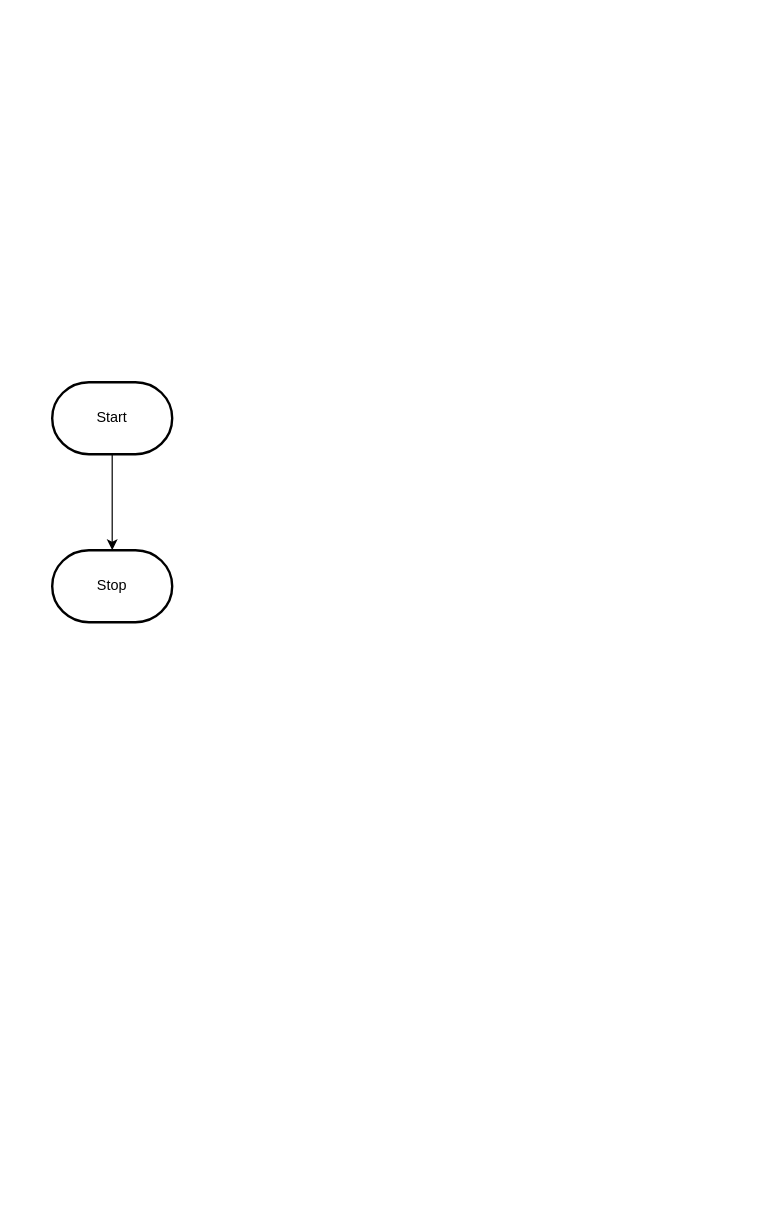
Above: design/flowchart.drawio in MTHS-ICS2O-2-2022/ICS2O-Unit-5-04-charlotte-jhu (draw.io), before the change. Source tidied: cells renumbered, new cells numbered last; positions are measured from the earlier drawing's top-left corner, leaving out a move shared by most shapes. Both pictures are drawn from the tidied source at 120%, with x=0, y=0 at pixel (52, 382).
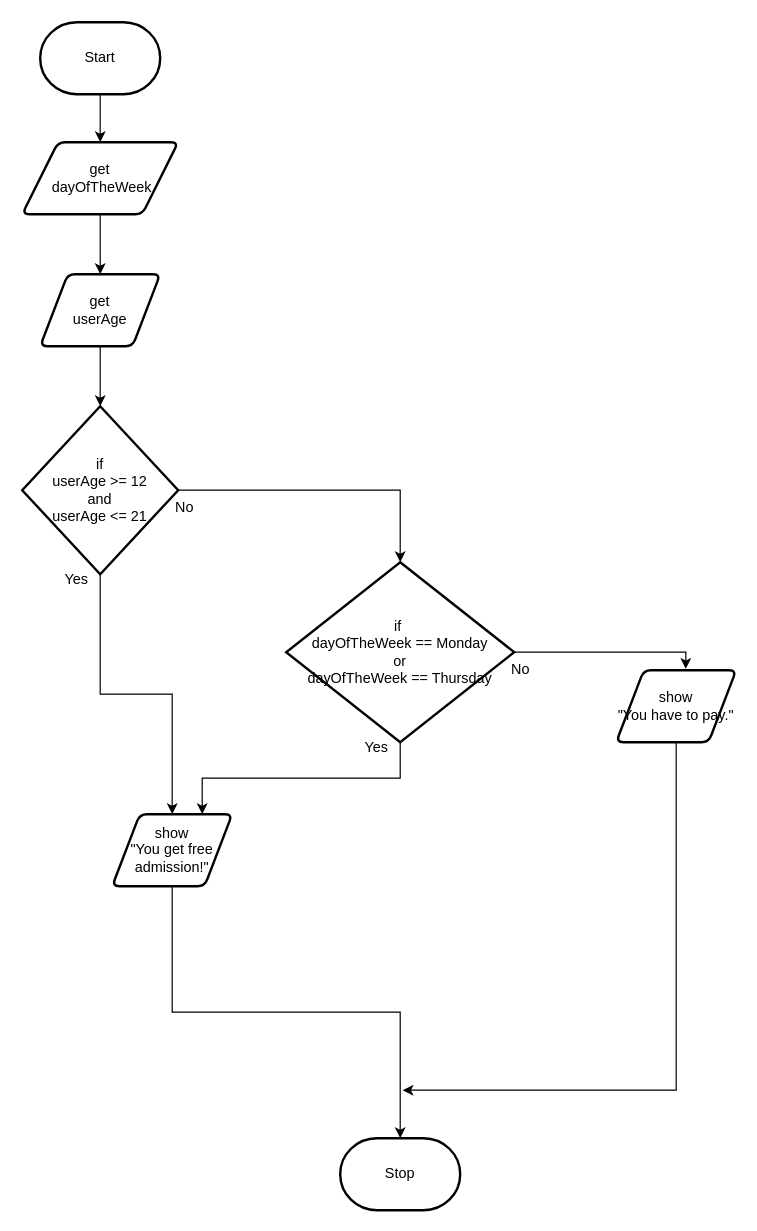
The same page after the edit.

What changed in the source:
```diff
@@
-    <mxCell id="2" style="edgeStyle=orthogonalEdgeStyle;html=1;rounded=0;" parent="1" edge="1" source="3" target="4">
-      <mxGeometry relative="1" as="geometry" />
-    </mxCell>
+    <mxCell id="5" style="edgeStyle=none;html=1;exitX=0.5;exitY=1;exitDx=0;exitDy=0;exitPerimeter=0;" parent="1" edge="1" source="3" target="2">
+      <mxGeometry relative="1" as="geometry" />
+    </mxCell>
     <mxCell id="3" value="Start" style="strokeWidth=2;html=1;shape=mxgraph.flowchart.terminator;whiteSpace=wrap;" parent="1" vertex="1">
-      <mxGeometry width="100" height="60" as="geometry" />
+      <mxGeometry x="-10" y="-300" width="100" height="60" as="geometry" />
     </mxCell>
     <mxCell id="4" value="Stop" style="strokeWidth=2;html=1;shape=mxgraph.flowchart.terminator;whiteSpace=wrap;" parent="1" vertex="1">
-      <mxGeometry y="140" width="100" height="60" as="geometry" />
+      <mxGeometry x="240" y="630" width="100" height="60" as="geometry" />
     </mxCell>
+    <mxCell id="6" style="edgeStyle=none;html=1;exitX=0.5;exitY=1;exitDx=0;exitDy=0;" parent="1" edge="1" source="2" target="8">
+      <mxGeometry relative="1" as="geometry" />
+    </mxCell>
+    <mxCell id="2" value="get&lt;br&gt;&amp;nbsp;dayOfTheWeek" style="shape=parallelogram;html=1;strokeWidth=2;perimeter=parallelogramPerimeter;whiteSpace=wrap;rounded=1;arcSize=12;size=0.23;" parent="1" vertex="1">
+      <mxGeometry x="-25" y="-200" width="130" height="60" as="geometry" />
+    </mxCell>
+    <mxCell id="7" style="edgeStyle=none;html=1;exitX=0.5;exitY=1;exitDx=0;exitDy=0;" parent="1" edge="1" source="8" target="14">
+      <mxGeometry relative="1" as="geometry" />
+    </mxCell>
+    <mxCell id="8" value="get&lt;br&gt;userAge" style="shape=parallelogram;html=1;strokeWidth=2;perimeter=parallelogramPerimeter;whiteSpace=wrap;rounded=1;arcSize=12;size=0.23;" parent="1" vertex="1">
+      <mxGeometry x="-10" y="-90" width="100" height="60" as="geometry" />
+    </mxCell>
+    <mxCell id="9" style="edgeStyle=orthogonalEdgeStyle;html=1;exitX=1;exitY=0.5;exitDx=0;exitDy=0;exitPerimeter=0;entryX=0.58;entryY=-0.019;entryDx=0;entryDy=0;entryPerimeter=0;rounded=0;" parent="1" edge="1" source="11" target="16">
+      <mxGeometry relative="1" as="geometry">
+        <Array as="points">
+          <mxPoint x="528" y="225" />
+        </Array>
+      </mxGeometry>
+    </mxCell>
+    <mxCell id="10" style="edgeStyle=orthogonalEdgeStyle;html=1;exitX=0.5;exitY=1;exitDx=0;exitDy=0;exitPerimeter=0;rounded=0;entryX=0.75;entryY=0;entryDx=0;entryDy=0;" parent="1" edge="1" source="11" target="18">
+      <mxGeometry relative="1" as="geometry" />
+    </mxCell>
+    <mxCell id="11" value="if&amp;nbsp;&lt;br&gt;dayOfTheWeek == Monday&lt;br&gt;or&lt;br&gt;dayOfTheWeek == Thursday" style="strokeWidth=2;html=1;shape=mxgraph.flowchart.decision;whiteSpace=wrap;" parent="1" vertex="1">
+      <mxGeometry x="195" y="150" width="190" height="150" as="geometry" />
+    </mxCell>
+    <mxCell id="12" style="edgeStyle=orthogonalEdgeStyle;html=1;exitX=1;exitY=0.5;exitDx=0;exitDy=0;exitPerimeter=0;entryX=0.5;entryY=0;entryDx=0;entryDy=0;entryPerimeter=0;rounded=0;" parent="1" edge="1" source="14" target="11">
+      <mxGeometry relative="1" as="geometry" />
+    </mxCell>
+    <mxCell id="13" style="edgeStyle=orthogonalEdgeStyle;rounded=0;html=1;exitX=0.5;exitY=1;exitDx=0;exitDy=0;exitPerimeter=0;entryX=0.5;entryY=0;entryDx=0;entryDy=0;" parent="1" edge="1" source="14" target="18">
+      <mxGeometry relative="1" as="geometry" />
+    </mxCell>
+    <mxCell id="14" value="if&lt;br&gt;userAge &amp;gt;= 12 &lt;br&gt;and&lt;br&gt;userAge &amp;lt;= 21" style="strokeWidth=2;html=1;shape=mxgraph.flowchart.decision;whiteSpace=wrap;" parent="1" vertex="1">
+      <mxGeometry x="-25" y="20" width="130" height="140" as="geometry" />
+    </mxCell>
+    <mxCell id="15" style="edgeStyle=orthogonalEdgeStyle;rounded=0;html=1;exitX=0.5;exitY=1;exitDx=0;exitDy=0;" parent="1" edge="1" source="16">
+      <mxGeometry relative="1" as="geometry">
+        <mxPoint x="292" y="590" as="targetPoint" />
+        <Array as="points">
+          <mxPoint x="520" y="590" />
+        </Array>
+      </mxGeometry>
+    </mxCell>
+    <mxCell id="16" value="show&lt;br&gt;&quot;You have to pay.&quot;" style="shape=parallelogram;html=1;strokeWidth=2;perimeter=parallelogramPerimeter;whiteSpace=wrap;rounded=1;arcSize=12;size=0.23;" parent="1" vertex="1">
+      <mxGeometry x="470" y="240" width="100" height="60" as="geometry" />
+    </mxCell>
+    <mxCell id="17" style="edgeStyle=orthogonalEdgeStyle;rounded=0;html=1;exitX=0.5;exitY=1;exitDx=0;exitDy=0;" parent="1" edge="1" source="18" target="4">
+      <mxGeometry relative="1" as="geometry" />
+    </mxCell>
+    <mxCell id="18" value="show&lt;br&gt;&quot;You get free admission!&quot;" style="shape=parallelogram;html=1;strokeWidth=2;perimeter=parallelogramPerimeter;whiteSpace=wrap;rounded=1;arcSize=12;size=0.23;" parent="1" vertex="1">
+      <mxGeometry x="50" y="360" width="100" height="60" as="geometry" />
+    </mxCell>
+    <mxCell id="19" value="Yes" style="text;html=1;align=center;verticalAlign=middle;strokeColor=none;fillColor=none;" parent="1" vertex="1">
+      <mxGeometry y="150" width="40" height="30" as="geometry" />
+    </mxCell>
+    <mxCell id="20" value="Yes" style="text;html=1;align=center;verticalAlign=middle;strokeColor=none;fillColor=none;" parent="1" vertex="1">
+      <mxGeometry x="250" y="290" width="40" height="30" as="geometry" />
+    </mxCell>
+    <mxCell id="21" value="No" style="text;html=1;align=center;verticalAlign=middle;strokeColor=none;fillColor=none;" parent="1" vertex="1">
+      <mxGeometry x="90" y="90" width="40" height="30" as="geometry" />
+    </mxCell>
+    <mxCell id="22" value="No" style="text;html=1;align=center;verticalAlign=middle;strokeColor=none;fillColor=none;" parent="1" vertex="1">
+      <mxGeometry x="370" y="225" width="40" height="30" as="geometry" />
+    </mxCell>
```
